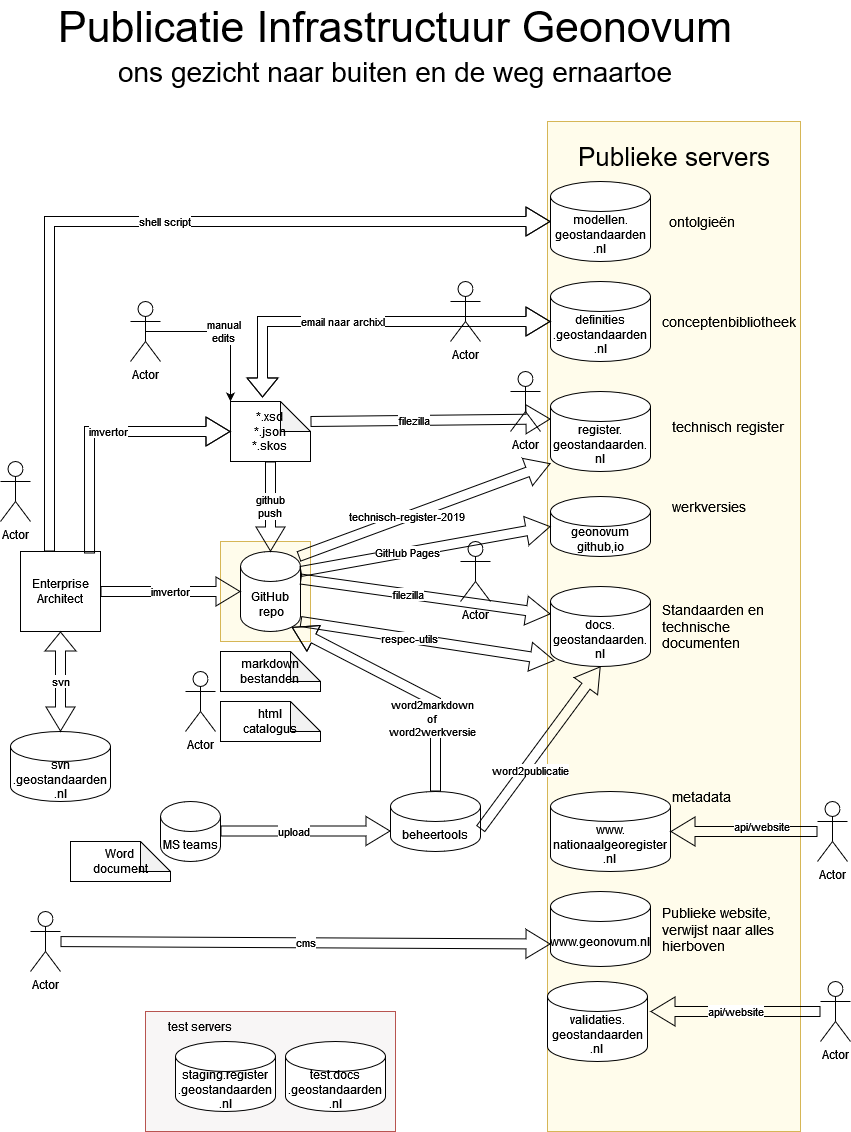
Geonovum/DrawIO keeps this draw.io diagram as GeonovumInterneArchitectuur.drawio.png. Above is the earlier version. Source tidied: cells renumbered, new cells last; positions are measured from the earlier drawing's top-left corner, leaving out a move shared by most shapes.
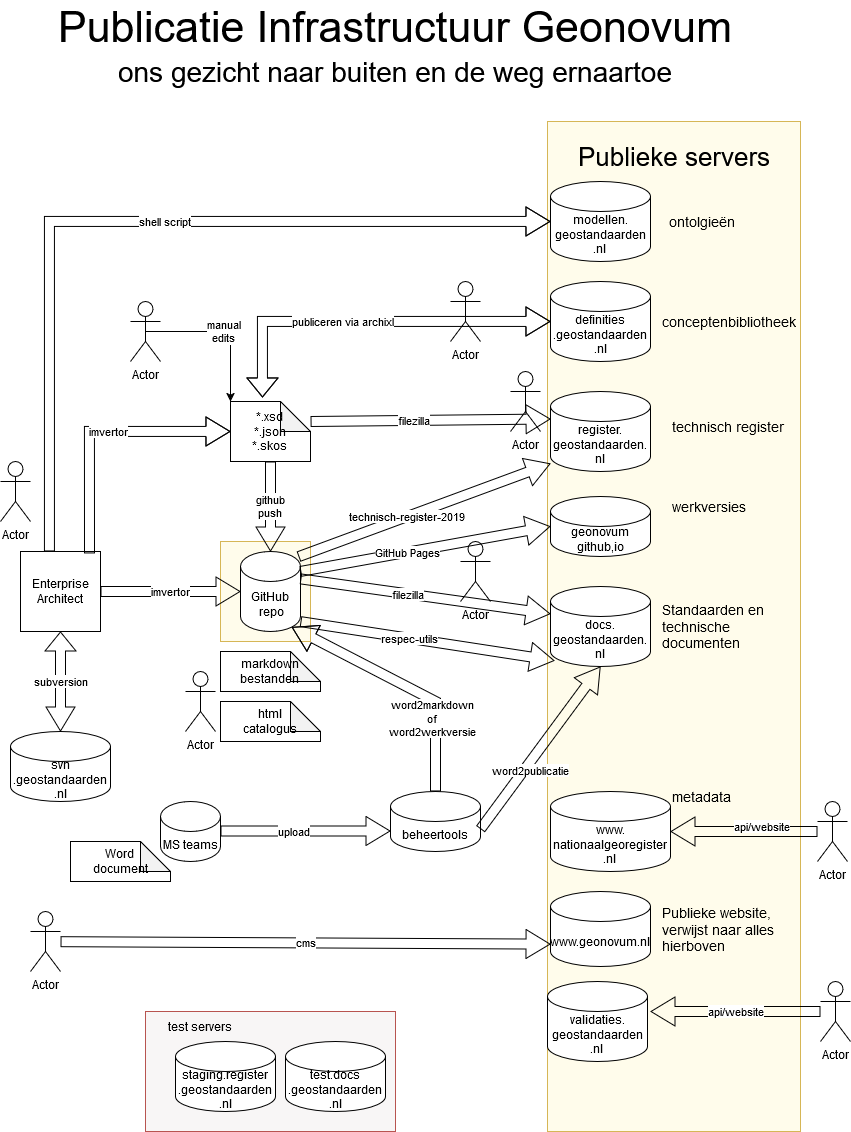
Later version of the same file.

The edit, as a diff of the source:
```diff
@@ -14,7 +14,7 @@
     <mxCell id="5" value="&lt;div&gt;Enterprise&lt;/div&gt;&lt;div&gt;Architect&lt;/div&gt;" style="whiteSpace=wrap;html=1;" parent="1" vertex="1">
       <mxGeometry x="20" y="540" width="80" height="80" as="geometry" />
     </mxCell>
-    <mxCell id="6" value="svn" style="shape=flexArrow;endArrow=classic;startArrow=classic;html=1;rounded=0;entryX=0.5;entryY=1;entryDx=0;entryDy=0;startWidth=18;startSize=7.67;exitX=0.5;exitY=0;exitDx=0;exitDy=0;exitPerimeter=0;" parent="1" edge="1" source="4" target="5">
+    <mxCell id="6" value="subversion" style="shape=flexArrow;endArrow=classic;startArrow=classic;html=1;rounded=0;entryX=0.5;entryY=1;entryDx=0;entryDy=0;startWidth=18;startSize=7.67;exitX=0.5;exitY=0;exitDx=0;exitDy=0;exitPerimeter=0;" parent="1" edge="1" source="4" target="5">
       <mxGeometry relative="1" as="geometry" />
     </mxCell>
     <mxCell id="7" value="&lt;div&gt;GitHub&lt;/div&gt;&amp;nbsp;repo" style="shape=cylinder3;whiteSpace=wrap;html=1;boundedLbl=1;backgroundOutline=1;size=15;" parent="1" vertex="1">
@@ -68,7 +68,7 @@
     <mxCell id="21" value="&lt;div&gt;definities&lt;/div&gt;&lt;div&gt;.geostandaarden&lt;/div&gt;&lt;div&gt;.nl&lt;/div&gt;" style="shape=cylinder3;whiteSpace=wrap;html=1;boundedLbl=1;backgroundOutline=1;size=15;" parent="1" vertex="1">
       <mxGeometry x="550" y="270" width="100" height="80" as="geometry" />
     </mxCell>
-    <mxCell id="22" value="email naar archixl" style="shape=flexArrow;endArrow=classic;startArrow=classic;html=1;rounded=0;entryX=0.4;entryY=-0.067;entryDx=0;entryDy=0;startWidth=18;startSize=7.67;exitX=0;exitY=0.5;exitDx=0;exitDy=0;exitPerimeter=0;entryPerimeter=0;" parent="1" edge="1" source="21" target="12">
+    <mxCell id="22" value="publiceren via archixl" style="shape=flexArrow;endArrow=classic;startArrow=classic;html=1;rounded=0;entryX=0.4;entryY=-0.067;entryDx=0;entryDy=0;startWidth=18;startSize=7.67;exitX=0;exitY=0.5;exitDx=0;exitDy=0;exitPerimeter=0;entryPerimeter=0;" parent="1" edge="1" source="21" target="12">
       <mxGeometry x="0.14" relative="1" as="geometry">
         <Array as="points">
           <mxPoint x="262" y="310" />
```
